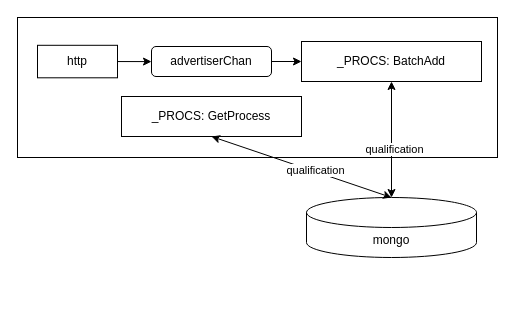
This is Untitled Diagram.drawio from donscoco/diagrams, a draw.io file, before an edit. Source tidied: cells renumbered, new cells numbered last; positions are measured from the earlier drawing's top-left corner, leaving out a move shared by most shapes. Both pictures are drawn from the tidied source at 100%, with x=0, y=0 at pixel (17, 17).
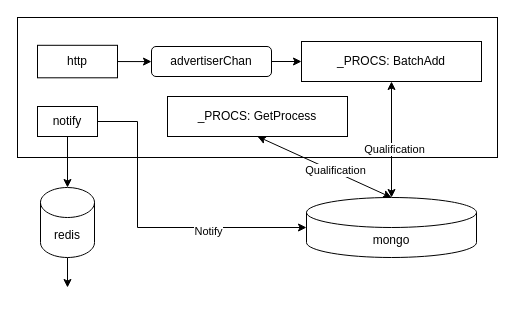
The same page after the edit.

The change refers to these unchanged cells:
```xml
<mxCell id="9" value="mongo" style="shape=cylinder3;whiteSpace=wrap;html=1;boundedLbl=1;backgroundOutline=1;size=15;" parent="1" vertex="1">
  <mxGeometry x="289" y="180" width="170" height="60" as="geometry" />
</mxCell>
<mxCell id="10" style="endArrow=classic;startArrow=classic;html=1;entryX=0.5;entryY=1;entryDx=0;entryDy=0;exitX=0.5;exitY=0;exitDx=0;exitDy=0;exitPerimeter=0;" parent="1" edge="1" source="9" target="3">
  <mxGeometry relative="1" as="geometry" />
</mxCell>
<mxCell id="12" style="endArrow=classic;startArrow=classic;html=1;exitX=0.5;exitY=0;exitDx=0;exitDy=0;exitPerimeter=0;entryX=0.5;entryY=1;entryDx=0;entryDy=0;" parent="1" edge="1" source="9" target="6">
  <mxGeometry relative="1" as="geometry" />
</mxCell>
```

The edit, as a diff of the source:
```diff
@@
     <mxCell id="3" value="_PROCS: GetProcess" style="rounded=0;whiteSpace=wrap;html=1;" parent="1" vertex="1">
-      <mxGeometry x="104" y="79" width="180" height="40" as="geometry" />
+      <mxGeometry x="150" y="79" width="180" height="40" as="geometry" />
     </mxCell>
@@
-    <mxCell id="11" value="qualification" style="edgeLabel;html=1;align=center;verticalAlign=middle;" parent="10" vertex="1">
+    <mxCell id="11" value="Qualification" style="edgeLabel;html=1;align=center;verticalAlign=middle;" parent="10" vertex="1">
       <mxGeometry x="-0.15" y="-2" relative="1" as="geometry" />
     </mxCell>
@@
-    <mxCell id="13" value="qualification" style="edgeLabel;html=1;align=center;verticalAlign=middle;" parent="12" vertex="1">
+    <mxCell id="13" value="Qualification" style="edgeLabel;html=1;align=center;verticalAlign=middle;" parent="12" vertex="1">
       <mxGeometry x="-0.15" y="-2" relative="1" as="geometry" />
     </mxCell>
+    <mxCell id="14" style="edgeStyle=orthogonalEdgeStyle;rounded=0;jettySize=auto;html=1;exitX=0.5;exitY=1;exitDx=0;exitDy=0;entryX=0.5;entryY=0;entryDx=0;entryDy=0;entryPerimeter=0;" parent="1" edge="1" source="17" target="19">
+      <mxGeometry relative="1" as="geometry" />
+    </mxCell>
+    <mxCell id="15" style="edgeStyle=orthogonalEdgeStyle;rounded=0;jettySize=auto;html=1;exitX=1;exitY=0.5;exitDx=0;exitDy=0;entryX=0;entryY=0.5;entryDx=0;entryDy=0;entryPerimeter=0;" parent="1" edge="1" source="17" target="9">
+      <mxGeometry relative="1" as="geometry">
+        <Array as="points">
+          <mxPoint x="120" y="104" />
+          <mxPoint x="120" y="210" />
+        </Array>
+      </mxGeometry>
+    </mxCell>
+    <mxCell id="16" value="Notify" style="edgeLabel;html=1;align=center;verticalAlign=middle;" parent="15" vertex="1">
+      <mxGeometry x="0.37" y="-3" relative="1" as="geometry" />
+    </mxCell>
+    <mxCell id="17" value="notify" style="rounded=0;whiteSpace=wrap;html=1;" parent="1" vertex="1">
+      <mxGeometry x="20" y="89" width="60" height="30" as="geometry" />
+    </mxCell>
+    <mxCell id="18" style="edgeStyle=orthogonalEdgeStyle;rounded=0;jettySize=auto;html=1;exitX=0.5;exitY=1;exitDx=0;exitDy=0;exitPerimeter=0;" parent="1" edge="1" source="19">
+      <mxGeometry relative="1" as="geometry">
+        <mxPoint x="50" y="270" as="targetPoint" />
+      </mxGeometry>
+    </mxCell>
+    <mxCell id="19" value="redis" style="shape=cylinder3;whiteSpace=wrap;html=1;boundedLbl=1;backgroundOutline=1;size=15;" parent="1" vertex="1">
+      <mxGeometry x="23" y="170" width="54" height="70" as="geometry" />
+    </mxCell>
```
